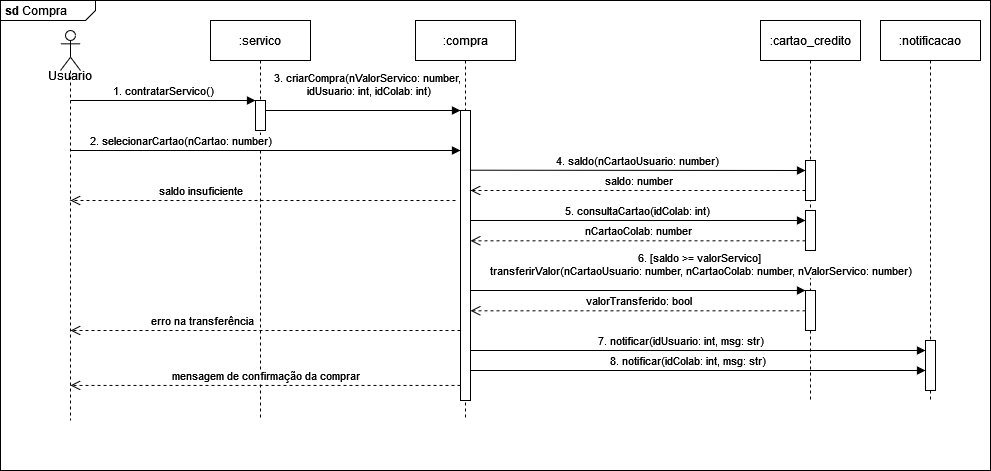
Above: diagrama_sequencia_compra.png in lfarodrigues/pet-hub-rs (draw.io), before the change. Source tidied: cells renumbered, new cells last; positions are measured from the earlier drawing's top-left corner, leaving out a move shared by most shapes.
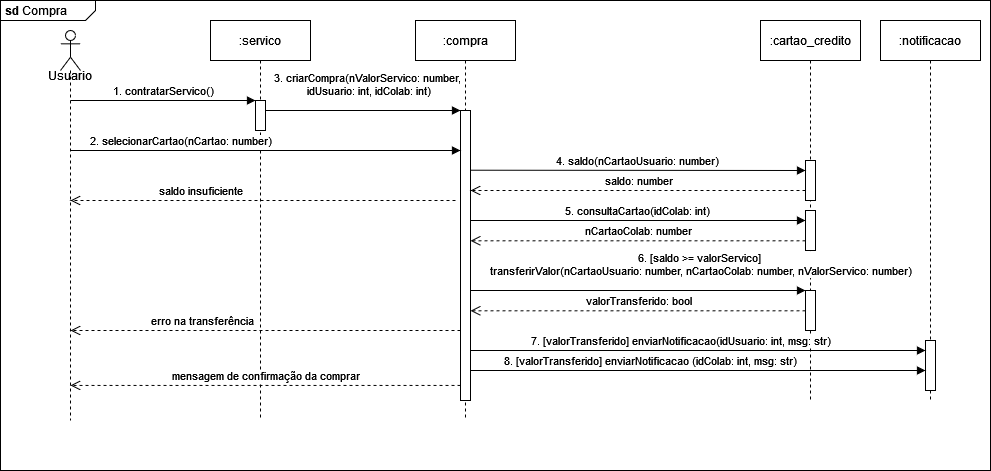
Above is the later version.

Change to the diagram source:
```diff
@@ -87,7 +87,7 @@
     <mxCell id="19" style="html=1;points=[];perimeter=orthogonalPerimeter;outlineConnect=0;targetShapes=umlLifeline;portConstraint=eastwest;newEdgeStyle={&quot;edgeStyle&quot;:&quot;elbowEdgeStyle&quot;,&quot;elbow&quot;:&quot;vertical&quot;,&quot;curved&quot;:0,&quot;rounded&quot;:0};" parent="18" vertex="1">
       <mxGeometry x="45" y="320" width="10" height="50" as="geometry" />
     </mxCell>
-    <mxCell id="20" value="7. notificar(idUsuario: int, msg: str)" style="html=1;verticalAlign=bottom;endArrow=block;edgeStyle=elbowEdgeStyle;elbow=vertical;curved=0;rounded=0;" parent="1" edge="1" target="19">
+    <mxCell id="20" value="7. [valorTransferido] enviarNotificacao(idUsuario: int, msg: str)" style="html=1;verticalAlign=bottom;endArrow=block;edgeStyle=elbowEdgeStyle;elbow=vertical;curved=0;rounded=0;" parent="1" edge="1" target="19">
       <mxGeometry x="-0.03" relative="1" as="geometry">
         <mxPoint x="470" y="330" as="sourcePoint" />
         <Array as="points">
@@ -96,8 +96,8 @@
         </Array>
       </mxGeometry>
     </mxCell>
-    <mxCell id="21" value="8. notificar(idColab: int, msg: str)" style="html=1;verticalAlign=bottom;endArrow=block;edgeStyle=elbowEdgeStyle;elbow=vertical;curved=0;rounded=0;" parent="1" edge="1" target="19">
-      <mxGeometry relative="1" as="geometry">
+    <mxCell id="21" value="8. [valorTransferido] enviarNotificacao (idColab: int, msg: str)" style="html=1;verticalAlign=bottom;endArrow=block;edgeStyle=elbowEdgeStyle;elbow=vertical;curved=0;rounded=0;" parent="1" edge="1" target="19">
+      <mxGeometry x="-0.16" relative="1" as="geometry">
         <mxPoint x="470" y="350" as="sourcePoint" />
         <Array as="points">
           <mxPoint x="690" y="370" />
```
